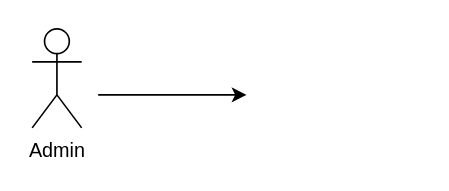
The draw.io diagram Mini-Proj/MP_CC_EntryDD.drawio in mahesri/uml_ads_sms3, before the edit. Source tidied: cells renumbered, new cells numbered last; positions are measured from the earlier drawing's top-left corner, leaving out a move shared by most shapes. Both pictures are drawn from the tidied source at 165%, with x=0, y=0 at pixel (31, 28).
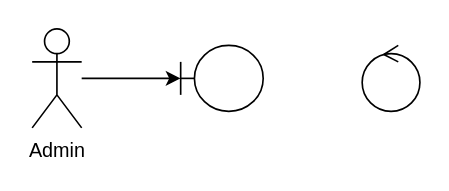
The same diagram, later.

Change to the diagram source:
```diff
@@
 <mxGraphModel>
   <root>
     <mxCell id="0" />
     <mxCell id="1" parent="0" />
     <mxCell id="2" value="Admin" style="shape=umlActor;verticalLabelPosition=bottom;verticalAlign=top;html=1;outlineConnect=0;" parent="1" vertex="1">
       <mxGeometry width="30" height="60" as="geometry" />
     </mxCell>
-    <mxCell id="3" style="endArrow=classic;html=1;rounded=0;" parent="1" edge="1">
+    <mxCell id="3" style="endArrow=classic;html=1;rounded=0;" parent="1" edge="1" source="2">
       <mxGeometry relative="1" as="geometry">
-        <mxPoint x="40" y="40" as="sourcePoint" />
-        <mxPoint x="130" y="40" as="targetPoint" />
+        <mxPoint x="90" y="30" as="targetPoint" />
       </mxGeometry>
     </mxCell>
+    <mxCell id="4" style="shape=umlBoundary;whiteSpace=wrap;html=1;" parent="1" vertex="1">
+      <mxGeometry x="90" y="10" width="50" height="40" as="geometry" />
+    </mxCell>
+    <mxCell id="5" style="ellipse;shape=umlControl;whiteSpace=wrap;html=1;" parent="1" vertex="1">
+      <mxGeometry x="200" y="10" width="35" height="40" as="geometry" />
+    </mxCell>
   </root>
 </mxGraphModel>
```
